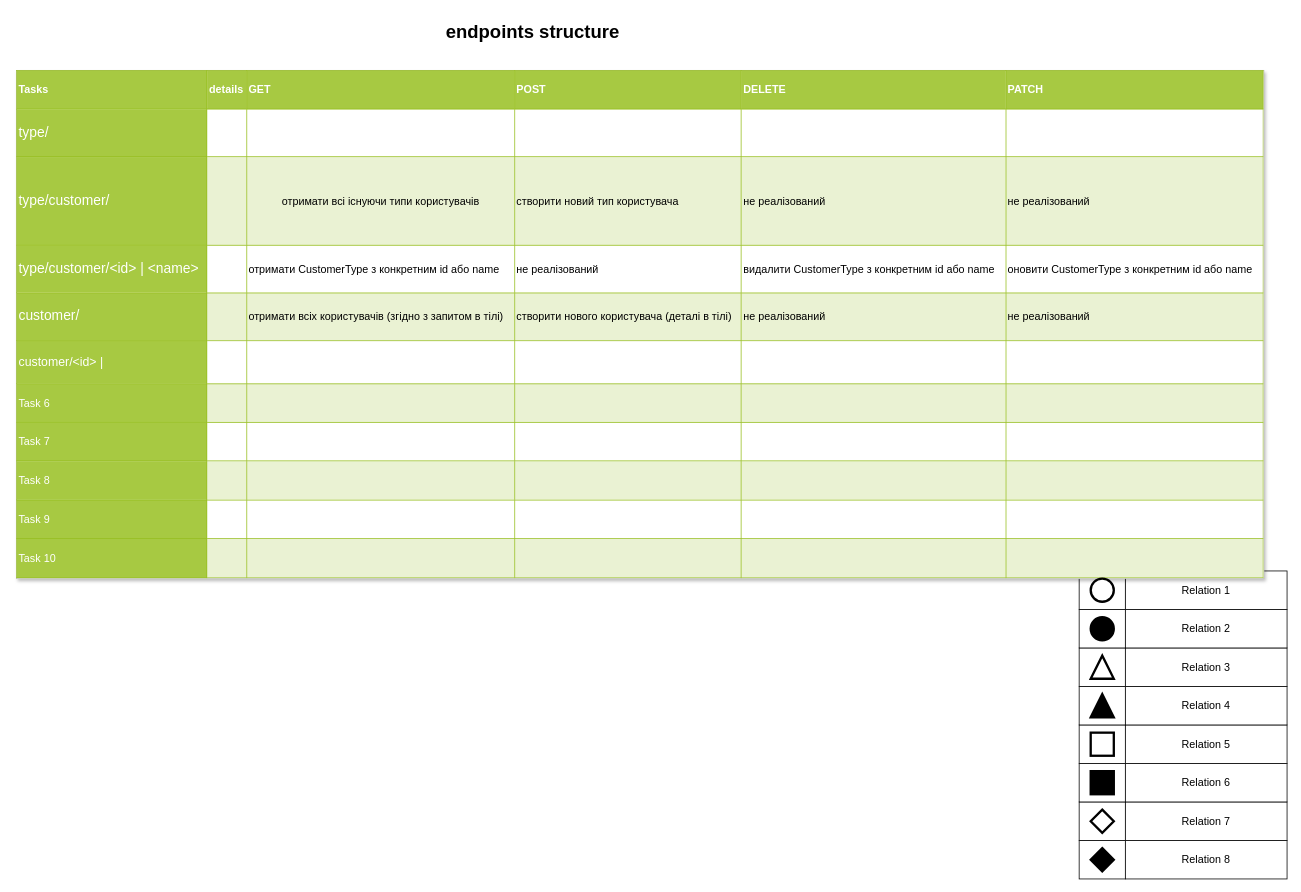
essayNEXT/REPETITOR keeps this draw.io diagram as doc/endpoints.drawio. Above is the earlier version. Source tidied: cells renumbered, new cells numbered last; positions are measured from the earlier drawing's top-left corner, leaving out a move shared by most shapes. Both pictures are drawn from the tidied source at 77%, with x=0, y=0 at pixel (16, 16).
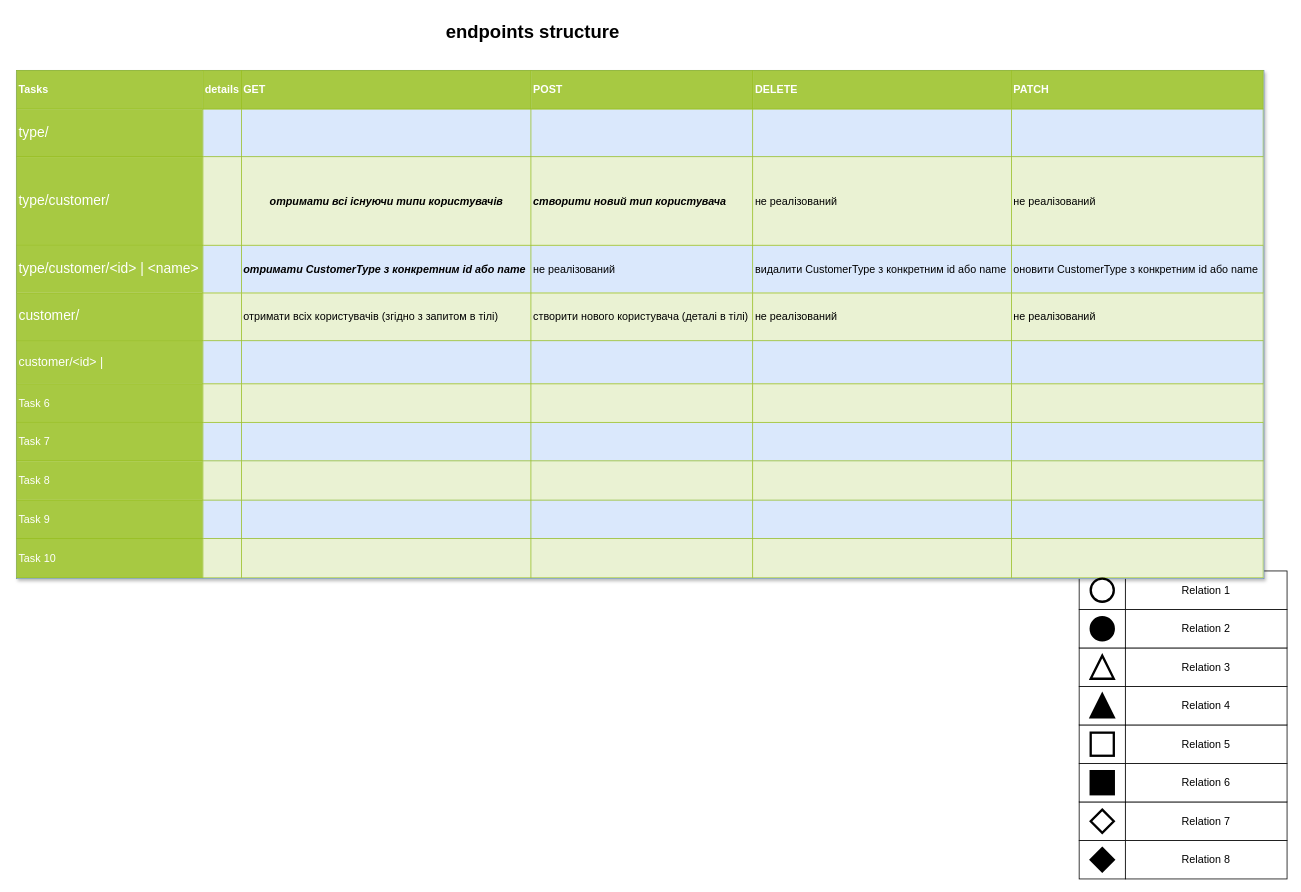
The same page after the edit.

The edit, as a diff of the source:
```diff
@@
-    <mxCell id="19" value="&lt;table border=&quot;1&quot; width=&quot;100%&quot; cellpadding=&quot;2&quot; style=&quot;width: 100% ; height: 100% ; border-collapse: collapse&quot;&gt;&lt;tbody&gt;&lt;tr style=&quot;background-color: #a7c942 ; color: #ffffff ; border: 1px solid #98bf21&quot;&gt;&lt;th&gt;Tasks&lt;/th&gt;&lt;th&gt;details&lt;/th&gt;&lt;th&gt;GET&lt;/th&gt;&lt;th&gt;POST&lt;/th&gt;&lt;th&gt;DELETE&lt;/th&gt;&lt;th&gt;PATCH&lt;/th&gt;&lt;/tr&gt;&lt;tr style=&quot;border: 1px solid #98bf21&quot;&gt;&lt;td style=&quot;background-color: #a7c942 ; color: #ffffff ; border: 1px solid #98bf21&quot;&gt;&lt;font style=&quot;font-size: 18px;&quot;&gt;type/&lt;/font&gt;&lt;/td&gt;&lt;td&gt;&lt;/td&gt;&lt;td&gt;&lt;/td&gt;&lt;td&gt;&lt;br&gt;&lt;/td&gt;&lt;td&gt;&lt;br&gt;&lt;/td&gt;&lt;td&gt;&lt;br&gt;&lt;/td&gt;&lt;/tr&gt;&lt;tr style=&quot;background-color: #eaf2d3 ; border: 1px solid #98bf21&quot;&gt;&lt;td style=&quot;background-color: #a7c942 ; color: #ffffff ; border: 1px solid #98bf21&quot;&gt;&lt;font style=&quot;font-size: 18px;&quot;&gt;type/customer/&lt;/font&gt;&lt;/td&gt;&lt;td&gt;&lt;/td&gt;&lt;td style=&quot;text-align: center;&quot;&gt;&lt;p&gt;отримати всі існуючи типи користувачів&lt;/p&gt;&lt;/td&gt;&lt;td&gt;створити новий тип користувача&lt;/td&gt;&lt;td&gt;не реалізований&lt;/td&gt;&lt;td&gt;не реалізований&lt;/td&gt;&lt;/tr&gt;&lt;tr style=&quot;border: 1px solid #98bf21&quot;&gt;&lt;td style=&quot;background-color: #a7c942 ; color: #ffffff ; border: 1px solid #98bf21&quot;&gt;&lt;font style=&quot;font-size: 18px;&quot;&gt;type/customer/&amp;lt;id&amp;gt; | &amp;lt;name&amp;gt;&lt;/font&gt;&lt;/td&gt;&lt;td&gt;&lt;/td&gt;&lt;td&gt;отримати CustomerType з конкретним id або name&lt;/td&gt;&lt;td&gt;не реалізований&lt;/td&gt;&lt;td&gt;видалити CustomerType з конкретним id або name&lt;/td&gt;&lt;td&gt;оновити CustomerType з конкретним id або name&lt;/td&gt;&lt;/tr&gt;&lt;tr style=&quot;background-color: #eaf2d3 ; border: 1px solid #98bf21&quot;&gt;&lt;td style=&quot;background-color: #a7c942 ; color: #ffffff ; border: 1px solid #98bf21&quot;&gt;&lt;font style=&quot;font-size: 18px;&quot;&gt;customer/&lt;/font&gt;&lt;/td&gt;&lt;td&gt;&lt;/td&gt;&lt;td&gt;отримати всіх користувачів (згідно з запитом в тілі)&lt;/td&gt;&lt;td&gt;створити нового користувача (деталі в тілі)&lt;/td&gt;&lt;td&gt;не реалізований&lt;/td&gt;&lt;td&gt;не реалізований&lt;/td&gt;&lt;/tr&gt;&lt;tr style=&quot;border: 1px solid #98bf21&quot;&gt;&lt;td style=&quot;background-color: #a7c942 ; color: #ffffff ; border: 1px solid #98bf21&quot;&gt;&lt;font size=&quot;3&quot;&gt;customer/&amp;lt;id&amp;gt; |&lt;/font&gt;&lt;/td&gt;&lt;td&gt;&lt;br&gt;&lt;/td&gt;&lt;td&gt;&lt;br&gt;&lt;/td&gt;&lt;td&gt;&lt;br&gt;&lt;/td&gt;&lt;td&gt;&lt;br&gt;&lt;/td&gt;&lt;td&gt;&lt;br&gt;&lt;/td&gt;&lt;/tr&gt;&lt;tr style=&quot;background-color: #eaf2d3 ; border: 1px solid #98bf21&quot;&gt;&lt;td style=&quot;background-color: #a7c942 ; color: #ffffff ; border: 1px solid #98bf21&quot;&gt;Task 6&lt;br&gt;&lt;/td&gt;&lt;td&gt;&lt;br&gt;&lt;/td&gt;&lt;td&gt;&lt;br&gt;&lt;/td&gt;&lt;td&gt;&lt;br&gt;&lt;/td&gt;&lt;td&gt;&lt;br&gt;&lt;/td&gt;&lt;td&gt;&lt;br&gt;&lt;/td&gt;&lt;/tr&gt;&lt;tr style=&quot;border: 1px solid #98bf21&quot;&gt;&lt;td style=&quot;background-color: #a7c942 ; color: #ffffff ; border: 1px solid #98bf21&quot;&gt;Task 7&lt;br&gt;&lt;/td&gt;&lt;td&gt;&lt;br&gt;&lt;/td&gt;&lt;td&gt;&lt;br&gt;&lt;/td&gt;&lt;td&gt;&lt;br&gt;&lt;/td&gt;&lt;td&gt;&lt;br&gt;&lt;/td&gt;&lt;td&gt;&lt;br&gt;&lt;/td&gt;&lt;/tr&gt;&lt;tr style=&quot;background-color: #eaf2d3 ; border: 1px solid #98bf21&quot;&gt;&lt;td style=&quot;background-color: #a7c942 ; color: #ffffff ; border: 1px solid #98bf21&quot;&gt;Task 8&lt;br&gt;&lt;/td&gt;&lt;td&gt;&lt;br&gt;&lt;/td&gt;&lt;td&gt;&lt;br&gt;&lt;/td&gt;&lt;td&gt;&lt;br&gt;&lt;/td&gt;&lt;td&gt;&lt;br&gt;&lt;/td&gt;&lt;td&gt;&lt;br&gt;&lt;/td&gt;&lt;/tr&gt;&lt;tr style=&quot;border: 1px solid #98bf21&quot;&gt;&lt;td style=&quot;background-color: #a7c942 ; color: #ffffff ; border: 1px solid #98bf21&quot;&gt;Task 9&lt;br&gt;&lt;/td&gt;&lt;td&gt;&lt;br&gt;&lt;/td&gt;&lt;td&gt;&lt;br&gt;&lt;/td&gt;&lt;td&gt;&lt;br&gt;&lt;/td&gt;&lt;td&gt;&lt;br&gt;&lt;/td&gt;&lt;td&gt;&lt;br&gt;&lt;/td&gt;&lt;/tr&gt;&lt;tr style=&quot;background-color: #eaf2d3 ; border: 1px solid #98bf21&quot;&gt;&lt;td style=&quot;background-color: #a7c942 ; color: #ffffff ; border: 1px solid #98bf21&quot;&gt;Task 10&lt;br&gt;&lt;/td&gt;&lt;td&gt;&lt;br&gt;&lt;/td&gt;&lt;td&gt;&lt;br&gt;&lt;/td&gt;&lt;td&gt;&lt;br&gt;&lt;/td&gt;&lt;td&gt;&lt;br&gt;&lt;/td&gt;&lt;td&gt;&lt;br&gt;&lt;/td&gt;&lt;/tr&gt;&lt;/tbody&gt;&lt;/table&gt;" style="text;html=1;strokeColor=#c0c0c0;fillColor=#ffffff;overflow=fill;rounded=0;shadow=1;fontSize=14;fontColor=#000000;" parent="1" vertex="1">
+    <mxCell id="19" value="&lt;table border=&quot;1&quot; width=&quot;100%&quot; cellpadding=&quot;2&quot; style=&quot;width: 100% ; height: 100% ; border-collapse: collapse&quot;&gt;&lt;tbody&gt;&lt;tr style=&quot;background-color: #a7c942 ; color: #ffffff ; border: 1px solid #98bf21&quot;&gt;&lt;th&gt;Tasks&lt;/th&gt;&lt;th&gt;details&lt;/th&gt;&lt;th&gt;GET&lt;/th&gt;&lt;th&gt;POST&lt;/th&gt;&lt;th&gt;DELETE&lt;/th&gt;&lt;th&gt;PATCH&lt;/th&gt;&lt;/tr&gt;&lt;tr style=&quot;border: 1px solid #98bf21&quot;&gt;&lt;td style=&quot;background-color: #a7c942 ; color: #ffffff ; border: 1px solid #98bf21&quot;&gt;&lt;font style=&quot;font-size: 18px;&quot;&gt;type/&lt;/font&gt;&lt;/td&gt;&lt;td&gt;&lt;/td&gt;&lt;td&gt;&lt;/td&gt;&lt;td&gt;&lt;br&gt;&lt;/td&gt;&lt;td&gt;&lt;br&gt;&lt;/td&gt;&lt;td&gt;&lt;br&gt;&lt;/td&gt;&lt;/tr&gt;&lt;tr style=&quot;background-color: #eaf2d3 ; border: 1px solid #98bf21&quot;&gt;&lt;td style=&quot;background-color: #a7c942 ; color: #ffffff ; border: 1px solid #98bf21&quot;&gt;&lt;font style=&quot;font-size: 18px;&quot;&gt;type/customer/&lt;/font&gt;&lt;/td&gt;&lt;td&gt;&lt;/td&gt;&lt;td style=&quot;text-align: center;&quot;&gt;&lt;p&gt;&lt;b&gt;&lt;i&gt;отримати всі існуючи типи користувачів&lt;/i&gt;&lt;/b&gt;&lt;/p&gt;&lt;/td&gt;&lt;td&gt;&lt;b&gt;&lt;i&gt;створити новий тип користувача&lt;/i&gt;&lt;/b&gt;&lt;/td&gt;&lt;td&gt;не реалізований&lt;/td&gt;&lt;td&gt;не реалізований&lt;/td&gt;&lt;/tr&gt;&lt;tr style=&quot;border: 1px solid #98bf21&quot;&gt;&lt;td style=&quot;background-color: #a7c942 ; color: #ffffff ; border: 1px solid #98bf21&quot;&gt;&lt;font style=&quot;font-size: 18px;&quot;&gt;type/customer/&amp;lt;id&amp;gt; | &amp;lt;name&amp;gt;&lt;/font&gt;&lt;/td&gt;&lt;td&gt;&lt;/td&gt;&lt;td&gt;&lt;b&gt;&lt;i&gt;отримати CustomerType з конкретним id або name&lt;/i&gt;&lt;/b&gt;&lt;/td&gt;&lt;td&gt;не реалізований&lt;/td&gt;&lt;td&gt;видалити CustomerType з конкретним id або name&lt;/td&gt;&lt;td&gt;оновити CustomerType з конкретним id або name&lt;/td&gt;&lt;/tr&gt;&lt;tr style=&quot;background-color: #eaf2d3 ; border: 1px solid #98bf21&quot;&gt;&lt;td style=&quot;background-color: #a7c942 ; color: #ffffff ; border: 1px solid #98bf21&quot;&gt;&lt;font style=&quot;font-size: 18px;&quot;&gt;customer/&lt;/font&gt;&lt;/td&gt;&lt;td&gt;&lt;/td&gt;&lt;td&gt;отримати всіх користувачів (згідно з запитом в тілі)&lt;/td&gt;&lt;td&gt;створити нового користувача (деталі в тілі)&lt;/td&gt;&lt;td&gt;не реалізований&lt;/td&gt;&lt;td&gt;не реалізований&lt;/td&gt;&lt;/tr&gt;&lt;tr style=&quot;border: 1px solid #98bf21&quot;&gt;&lt;td style=&quot;background-color: #a7c942 ; color: #ffffff ; border: 1px solid #98bf21&quot;&gt;&lt;font size=&quot;3&quot;&gt;customer/&amp;lt;id&amp;gt; |&lt;/font&gt;&lt;/td&gt;&lt;td&gt;&lt;br&gt;&lt;/td&gt;&lt;td&gt;&lt;br&gt;&lt;/td&gt;&lt;td&gt;&lt;br&gt;&lt;/td&gt;&lt;td&gt;&lt;br&gt;&lt;/td&gt;&lt;td&gt;&lt;br&gt;&lt;/td&gt;&lt;/tr&gt;&lt;tr style=&quot;background-color: #eaf2d3 ; border: 1px solid #98bf21&quot;&gt;&lt;td style=&quot;background-color: #a7c942 ; color: #ffffff ; border: 1px solid #98bf21&quot;&gt;Task 6&lt;br&gt;&lt;/td&gt;&lt;td&gt;&lt;br&gt;&lt;/td&gt;&lt;td&gt;&lt;br&gt;&lt;/td&gt;&lt;td&gt;&lt;br&gt;&lt;/td&gt;&lt;td&gt;&lt;br&gt;&lt;/td&gt;&lt;td&gt;&lt;br&gt;&lt;/td&gt;&lt;/tr&gt;&lt;tr style=&quot;border: 1px solid #98bf21&quot;&gt;&lt;td style=&quot;background-color: #a7c942 ; color: #ffffff ; border: 1px solid #98bf21&quot;&gt;Task 7&lt;br&gt;&lt;/td&gt;&lt;td&gt;&lt;br&gt;&lt;/td&gt;&lt;td&gt;&lt;br&gt;&lt;/td&gt;&lt;td&gt;&lt;br&gt;&lt;/td&gt;&lt;td&gt;&lt;br&gt;&lt;/td&gt;&lt;td&gt;&lt;br&gt;&lt;/td&gt;&lt;/tr&gt;&lt;tr style=&quot;background-color: #eaf2d3 ; border: 1px solid #98bf21&quot;&gt;&lt;td style=&quot;background-color: #a7c942 ; color: #ffffff ; border: 1px solid #98bf21&quot;&gt;Task 8&lt;br&gt;&lt;/td&gt;&lt;td&gt;&lt;br&gt;&lt;/td&gt;&lt;td&gt;&lt;br&gt;&lt;/td&gt;&lt;td&gt;&lt;br&gt;&lt;/td&gt;&lt;td&gt;&lt;br&gt;&lt;/td&gt;&lt;td&gt;&lt;br&gt;&lt;/td&gt;&lt;/tr&gt;&lt;tr style=&quot;border: 1px solid #98bf21&quot;&gt;&lt;td style=&quot;background-color: #a7c942 ; color: #ffffff ; border: 1px solid #98bf21&quot;&gt;Task 9&lt;br&gt;&lt;/td&gt;&lt;td&gt;&lt;br&gt;&lt;/td&gt;&lt;td&gt;&lt;br&gt;&lt;/td&gt;&lt;td&gt;&lt;br&gt;&lt;/td&gt;&lt;td&gt;&lt;br&gt;&lt;/td&gt;&lt;td&gt;&lt;br&gt;&lt;/td&gt;&lt;/tr&gt;&lt;tr style=&quot;background-color: #eaf2d3 ; border: 1px solid #98bf21&quot;&gt;&lt;td style=&quot;background-color: #a7c942 ; color: #ffffff ; border: 1px solid #98bf21&quot;&gt;Task 10&lt;br&gt;&lt;/td&gt;&lt;td&gt;&lt;br&gt;&lt;/td&gt;&lt;td&gt;&lt;br&gt;&lt;/td&gt;&lt;td&gt;&lt;br&gt;&lt;/td&gt;&lt;td&gt;&lt;br&gt;&lt;/td&gt;&lt;td&gt;&lt;br&gt;&lt;/td&gt;&lt;/tr&gt;&lt;/tbody&gt;&lt;/table&gt;" style="text;html=1;overflow=fill;rounded=0;shadow=1;fontSize=14;fillColor=#dae8fc;strokeColor=#6c8ebf;" parent="1" vertex="1">
       <mxGeometry y="70" width="1620" height="660" as="geometry" />
     </mxCell>
```
